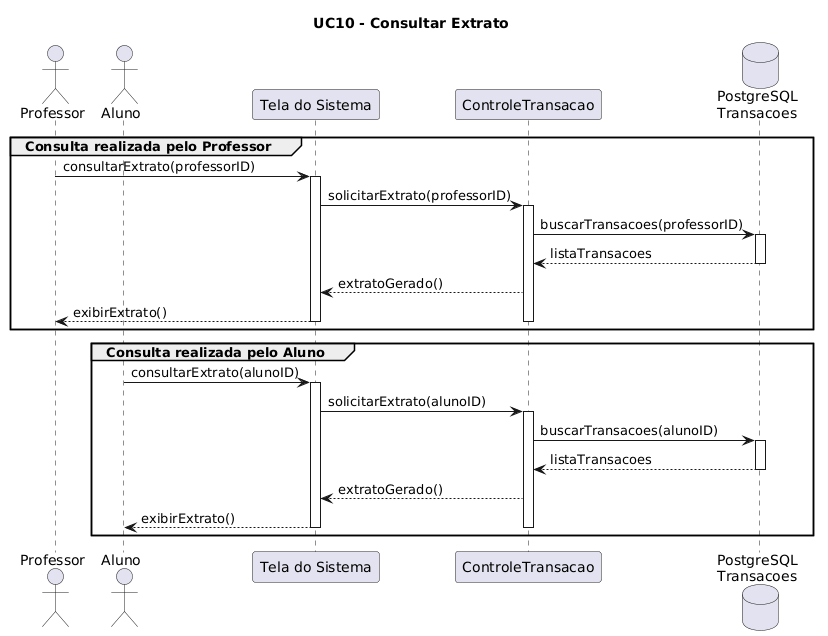
This is docs/diagrams/sequence-diagram/images/uc-10.png from arturbomtempo-dev/lumen-coin, a PlantUML export, as it was before one commit. Its source is kept beside it as docs/diagrams/sequence-diagram/source/uc-10.puml. Source of this version:
```plantuml
@startuml

title UC10 - Consultar Extrato

actor Professor as P
actor Aluno as A

participant "Tela do Sistema" as Tela
participant "ControleTransacao" as CT

database "PostgreSQL\nTransacoes" as DBTransacao

group Consulta realizada pelo Professor

P -> Tela : consultarExtrato(professorID)
activate Tela

Tela -> CT : solicitarExtrato(professorID)
activate CT

CT -> DBTransacao : buscarTransacoes(professorID)
activate DBTransacao

DBTransacao --> CT : listaTransacoes
deactivate DBTransacao

CT --> Tela : extratoGerado()

Tela --> P : exibirExtrato()

deactivate CT
deactivate Tela

end

group Consulta realizada pelo Aluno

A -> Tela : consultarExtrato(alunoID)
activate Tela

Tela -> CT : solicitarExtrato(alunoID)
activate CT

CT -> DBTransacao : buscarTransacoes(alunoID)
activate DBTransacao

DBTransacao --> CT : listaTransacoes
deactivate DBTransacao

CT --> Tela : extratoGerado()

Tela --> A : exibirExtrato()

deactivate CT
deactivate Tela

end

@enduml
```
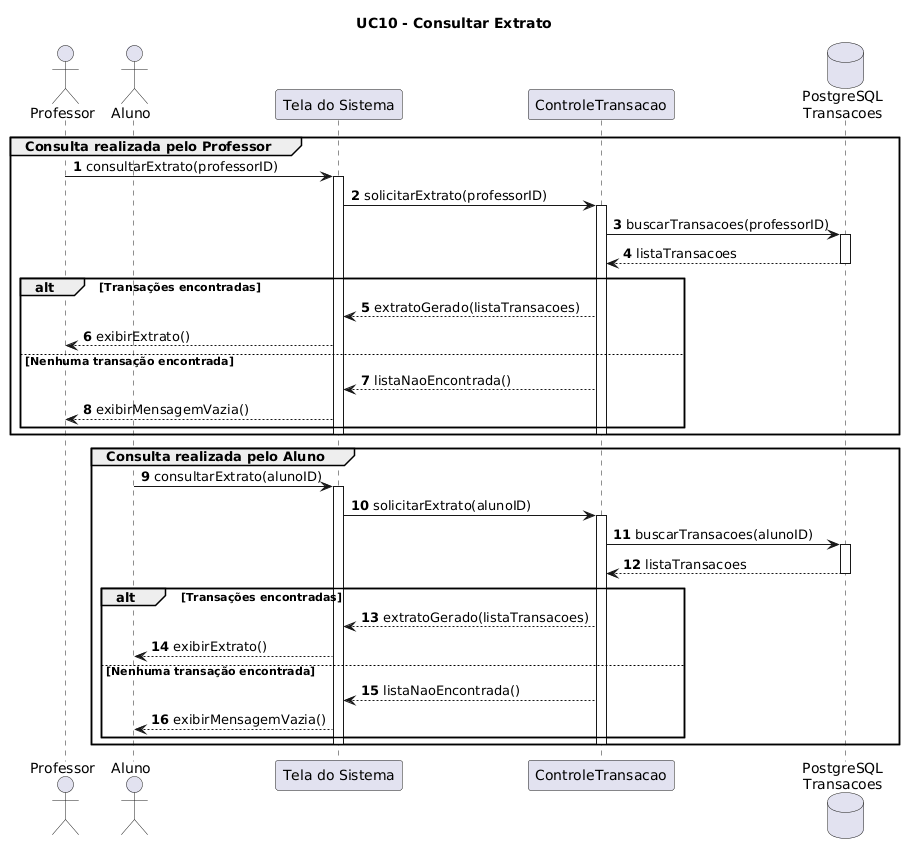
Later version of the same file.

What changed in the source:
```diff
@@ -1,4 +1,6 @@
 @startuml
+
+autonumber
 
 title UC10 - Consultar Extrato
 
@@ -24,9 +26,13 @@
 DBTransacao --> CT : listaTransacoes
 deactivate DBTransacao
 
-CT --> Tela : extratoGerado()
-
-Tela --> P : exibirExtrato()
+alt Transações encontradas
+    CT --> Tela : extratoGerado(listaTransacoes)
+    Tela --> P : exibirExtrato()
+else Nenhuma transação encontrada
+    CT --> Tela : listaNaoEncontrada()
+    Tela --> P : exibirMensagemVazia()
+end
 
 deactivate CT
 deactivate Tela
@@ -47,9 +53,13 @@
 DBTransacao --> CT : listaTransacoes
 deactivate DBTransacao
 
-CT --> Tela : extratoGerado()
-
-Tela --> A : exibirExtrato()
+alt Transações encontradas
+    CT --> Tela : extratoGerado(listaTransacoes)
+    Tela --> A : exibirExtrato()
+else Nenhuma transação encontrada
+    CT --> Tela : listaNaoEncontrada()
+    Tela --> A : exibirMensagemVazia()
+end
 
 deactivate CT
 deactivate Tela
```
